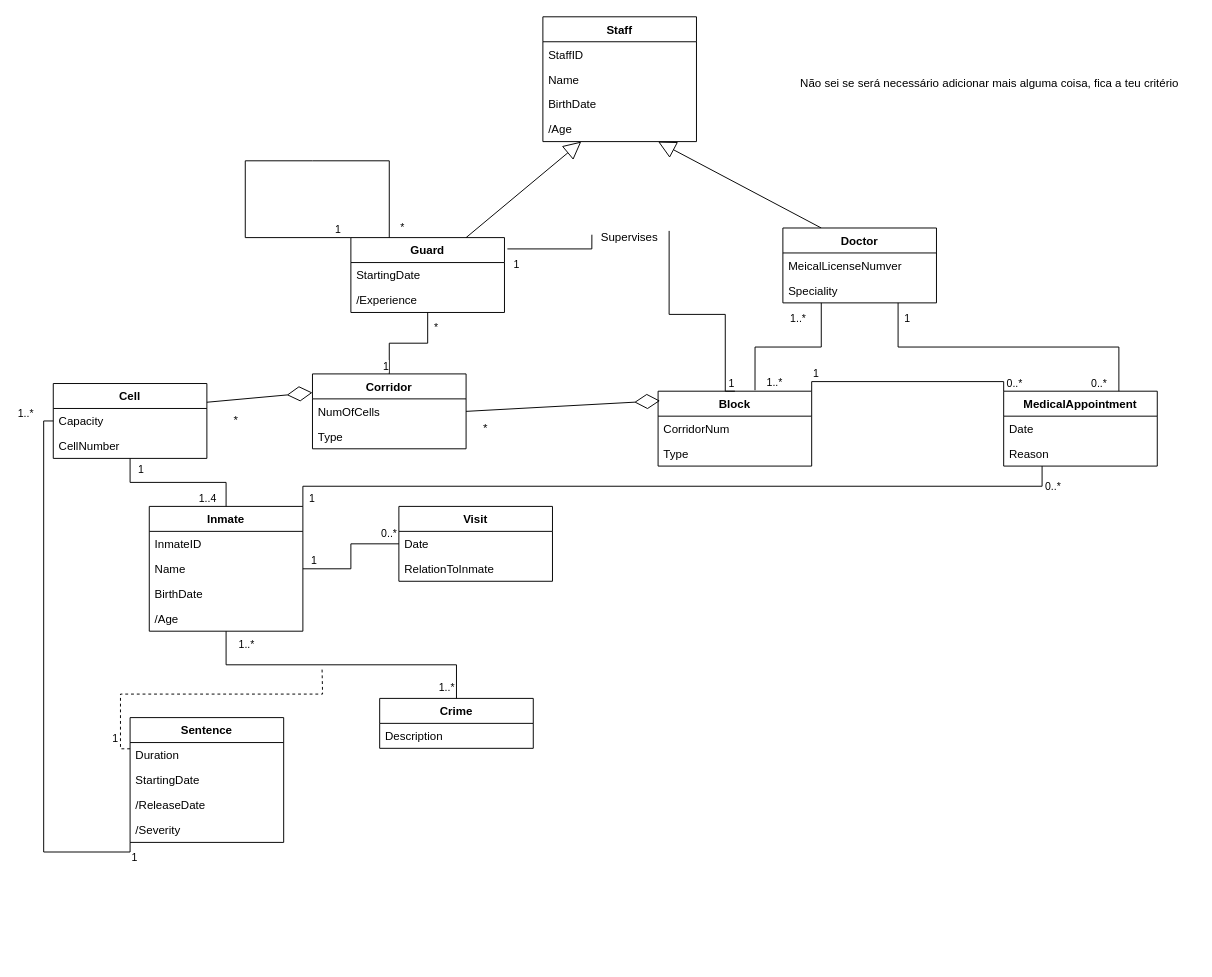
The draw.io diagram Untitled Diagram.drawio in up201706117/BD_PrisonProject, before the edit. Source tidied: cells renumbered, new cells numbered last; positions are measured from the earlier drawing's top-left corner, leaving out a move shared by most shapes. Both pictures are drawn from the tidied source at 96%, with x=0, y=0 at pixel (53, 16).
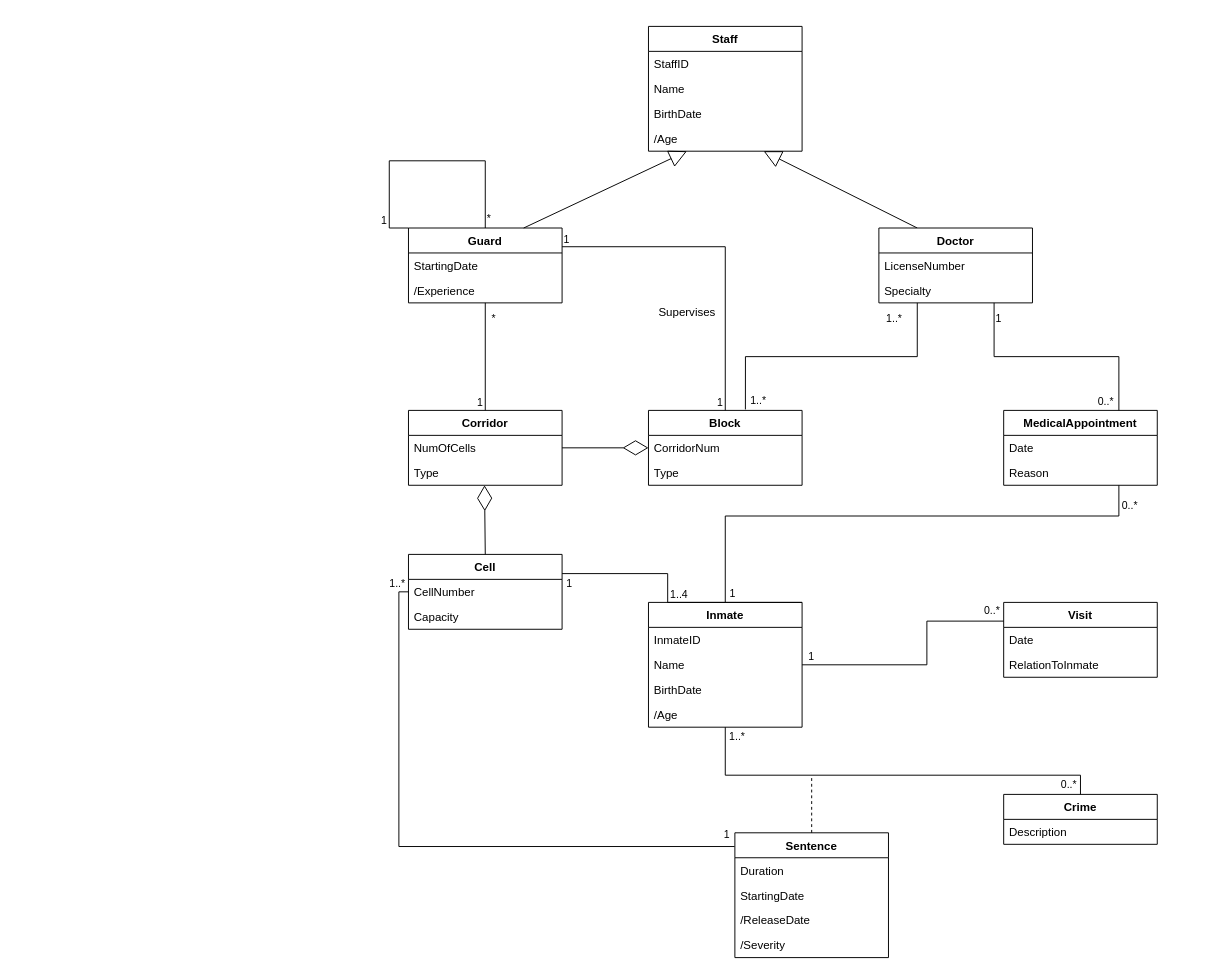
After the change.

Unchanged cells that the change refers to:
```xml
<mxCell id="7" value="Type" style="text;strokeColor=none;fillColor=none;align=left;verticalAlign=top;spacingLeft=4;spacingRight=4;overflow=hidden;points=[[0,0.5],[1,0.5]];portConstraint=eastwest;" parent="5" vertex="1">
  <mxGeometry y="52" width="160" height="26" as="geometry" />
</mxCell>
<mxCell id="38" style="endArrow=none;html=1;edgeStyle=orthogonalEdgeStyle;rounded=0;strokeColor=#000000;exitX=0.5;exitY=1;exitDx=0;exitDy=0;entryX=0.5;entryY=0;entryDx=0;entryDy=0;" parent="1" edge="1" source="8" target="5">
  <mxGeometry relative="1" as="geometry" />
</mxCell>
<mxCell id="55" style="endArrow=none;html=1;edgeStyle=orthogonalEdgeStyle;rounded=0;strokeColor=#000000;entryX=0.75;entryY=0;entryDx=0;entryDy=0;exitX=0.75;exitY=1;exitDx=0;exitDy=0;" parent="1" edge="1" source="80" target="41">
  <mxGeometry relative="1" as="geometry" />
</mxCell>
<mxCell id="67" style="endArrow=none;html=1;edgeStyle=orthogonalEdgeStyle;rounded=0;exitX=0.25;exitY=1;exitDx=0;exitDy=0;entryX=0.631;entryY=-0.013;entryDx=0;entryDy=0;entryPerimeter=0;" parent="1" edge="1" source="80" target="2">
  <mxGeometry relative="1" as="geometry" />
</mxCell>
```

Change to the diagram source:
```diff
@@
     <mxCell id="2" value="Block" style="swimlane;fontStyle=1;align=center;verticalAlign=top;horizontal=1;startSize=26;" parent="1" vertex="1">
-      <mxGeometry x="630" y="390" width="160" height="78" as="geometry" />
+      <mxGeometry x="620" y="410" width="160" height="78" as="geometry" />
     </mxCell>
@@
     <mxCell id="5" value="Corridor" style="swimlane;fontStyle=1;align=center;verticalAlign=top;horizontal=1;startSize=26;" parent="1" vertex="1">
-      <mxGeometry x="270" y="372" width="160" height="78" as="geometry" />
+      <mxGeometry x="370" y="410" width="160" height="78" as="geometry" />
     </mxCell>
@@
     <mxCell id="8" value="Guard" style="swimlane;fontStyle=1;align=center;verticalAlign=top;horizontal=1;startSize=26;" parent="1" vertex="1">
-      <mxGeometry x="310" y="230" width="160" height="78" as="geometry" />
+      <mxGeometry x="370" y="220" width="160" height="78" as="geometry" />
     </mxCell>
@@
     <mxCell id="11" value="Visit&#10;" style="swimlane;fontStyle=1;align=center;verticalAlign=top;horizontal=1;startSize=26;" parent="1" vertex="1">
-      <mxGeometry x="360" y="510" width="160" height="78" as="geometry" />
+      <mxGeometry x="990" y="610" width="160" height="78" as="geometry" />
     </mxCell>
@@
     <mxCell id="14" value="Inmate" style="swimlane;fontStyle=1;align=center;verticalAlign=top;horizontal=1;startSize=26;" parent="1" vertex="1">
-      <mxGeometry x="100" y="510" width="160" height="130" as="geometry" />
+      <mxGeometry x="620" y="610" width="160" height="130" as="geometry" />
     </mxCell>
@@
     <mxCell id="19" value="Sentence" style="swimlane;fontStyle=1;align=center;verticalAlign=top;horizontal=1;startSize=26;" parent="1" vertex="1">
-      <mxGeometry x="80" y="730" width="160" height="130" as="geometry" />
+      <mxGeometry x="710" y="850" width="160" height="130" as="geometry" />
     </mxCell>
@@
     <mxCell id="24" value="Crime" style="swimlane;fontStyle=1;align=center;verticalAlign=top;horizontal=1;startSize=26;" parent="1" vertex="1">
-      <mxGeometry x="340" y="710" width="160" height="52" as="geometry" />
+      <mxGeometry x="990" y="810" width="160" height="52" as="geometry" />
     </mxCell>
@@
     <mxCell id="26" value="Cell" style="swimlane;fontStyle=1;align=center;verticalAlign=top;horizontal=1;startSize=26;" parent="1" vertex="1">
-      <mxGeometry y="382" width="160" height="78" as="geometry" />
+      <mxGeometry x="370" y="560" width="160" height="78" as="geometry" />
     </mxCell>
+    <mxCell id="28" value="CellNumber" style="text;strokeColor=none;fillColor=none;align=left;verticalAlign=top;spacingLeft=4;spacingRight=4;overflow=hidden;" parent="26" vertex="1">
+      <mxGeometry y="26" width="160" height="26" as="geometry" />
+    </mxCell>
     <mxCell id="27" value="Capacity" style="text;strokeColor=none;fillColor=none;align=left;verticalAlign=top;spacingLeft=4;spacingRight=4;overflow=hidden;" parent="26" vertex="1">
-      <mxGeometry y="26" width="160" height="26" as="geometry" />
+      <mxGeometry y="52" width="160" height="26" as="geometry" />
     </mxCell>
-    <mxCell id="28" value="CellNumber" style="text;strokeColor=none;fillColor=none;align=left;verticalAlign=top;spacingLeft=4;spacingRight=4;overflow=hidden;" parent="26" vertex="1">
-      <mxGeometry y="52" width="160" height="26" as="geometry" />
-    </mxCell>
@@
     <mxCell id="30" value="Staff" style="swimlane;fontStyle=1;align=center;verticalAlign=top;horizontal=1;startSize=26;" parent="1" vertex="1">
-      <mxGeometry x="510" width="160" height="130" as="geometry" />
+      <mxGeometry x="620" y="10" width="160" height="130" as="geometry" />
     </mxCell>
@@
-    <mxCell id="36" style="endArrow=none;html=1;edgeStyle=orthogonalEdgeStyle;rounded=0;strokeColor=#000000;exitX=1.019;exitY=0.151;exitDx=0;exitDy=0;entryX=0.5;entryY=0;entryDx=0;entryDy=0;exitPerimeter=0;startArrow=none;" parent="1" edge="1" source="64" target="2">
-      <mxGeometry relative="1" as="geometry">
-        <Array as="points">
-          <mxPoint x="642" y="310" />
-          <mxPoint x="700" y="310" />
-          <mxPoint x="700" y="390" />
-        </Array>
-      </mxGeometry>
-    </mxCell>
-    <mxCell id="37" value="1" style="edgeLabel;html=1;align=right;verticalAlign=bottom;strokeColor=#000000;" parent="36" vertex="1">
-      <mxGeometry x="1" relative="1" as="geometry" />
-    </mxCell>
@@
     <mxCell id="40" value="1" style="edgeLabel;html=1;align=right;verticalAlign=bottom;strokeColor=#000000;" parent="38" vertex="1">
-      <mxGeometry x="1" relative="1" as="geometry" />
+      <mxGeometry x="1" relative="1" as="geometry">
+        <mxPoint x="-2" as="offset" />
+      </mxGeometry>
     </mxCell>
     <mxCell id="41" value="MedicalAppointment" style="swimlane;fontStyle=1;align=center;verticalAlign=top;horizontal=1;startSize=26;" parent="1" vertex="1">
-      <mxGeometry x="990" y="390" width="160" height="78" as="geometry" />
+      <mxGeometry x="990" y="410" width="160" height="78" as="geometry" />
     </mxCell>
@@
-    <mxCell id="44" style="endArrow=none;html=1;edgeStyle=orthogonalEdgeStyle;rounded=0;strokeColor=#000000;exitX=0;exitY=0.5;exitDx=0;exitDy=0;entryX=1;entryY=0.5;entryDx=0;entryDy=0;" parent="1" edge="1" source="11" target="14">
-      <mxGeometry relative="1" as="geometry" />
+    <mxCell id="44" style="endArrow=none;html=1;edgeStyle=orthogonalEdgeStyle;rounded=0;strokeColor=#000000;entryX=1;entryY=0.5;entryDx=0;entryDy=0;exitX=0;exitY=0.25;exitDx=0;exitDy=0;" parent="1" edge="1" source="11" target="14">
+      <mxGeometry relative="1" as="geometry">
+        <Array as="points">
+          <mxPoint x="910" y="629" />
+          <mxPoint x="910" y="675" />
+        </Array>
+      </mxGeometry>
     </mxCell>
     <mxCell id="45" value="0..*" style="edgeLabel;html=1;align=left;verticalAlign=bottom;strokeColor=#000000;" parent="44" vertex="1">
       <mxGeometry x="-1" relative="1" as="geometry">
-        <mxPoint x="-20" y="-3" as="offset" />
+        <mxPoint x="-22" y="-3" as="offset" />
       </mxGeometry>
     </mxCell>
     <mxCell id="46" value="1" style="edgeLabel;html=1;align=right;verticalAlign=bottom;strokeColor=#000000;" parent="44" vertex="1">
       <mxGeometry x="1" relative="1" as="geometry">
-        <mxPoint x="15" as="offset" />
+        <mxPoint x="13" as="offset" />
       </mxGeometry>
     </mxCell>
     <mxCell id="47" style="endArrow=none;html=1;edgeStyle=orthogonalEdgeStyle;rounded=0;strokeColor=#000000;exitX=0.5;exitY=0;exitDx=0;exitDy=0;entryX=0.5;entryY=1;entryDx=0;entryDy=0;" parent="1" edge="1" source="24" target="14">
-      <mxGeometry relative="1" as="geometry" />
+      <mxGeometry relative="1" as="geometry">
+        <Array as="points">
+          <mxPoint x="1070" y="790" />
+          <mxPoint x="700" y="790" />
+        </Array>
+      </mxGeometry>
     </mxCell>
-    <mxCell id="48" value="1..*" style="edgeLabel;html=1;align=left;verticalAlign=bottom;strokeColor=#000000;" parent="47" vertex="1">
+    <mxCell id="48" value="0..*" style="edgeLabel;html=1;align=left;verticalAlign=bottom;strokeColor=#000000;" parent="47" vertex="1">
       <mxGeometry x="-1" relative="1" as="geometry">
-        <mxPoint x="-20" y="-3" as="offset" />
+        <mxPoint x="-22" y="-2" as="offset" />
       </mxGeometry>
     </mxCell>
     <mxCell id="49" value="1..*" style="edgeLabel;html=1;align=right;verticalAlign=bottom;strokeColor=#000000;" parent="47" vertex="1">
       <mxGeometry x="1" relative="1" as="geometry">
-        <mxPoint x="30" y="22" as="offset" />
+        <mxPoint x="21" y="18" as="offset" />
       </mxGeometry>
     </mxCell>
-    <mxCell id="50" style="endArrow=none;html=1;edgeStyle=orthogonalEdgeStyle;rounded=0;strokeColor=#000000;exitX=0;exitY=0.25;exitDx=0;exitDy=0;dashed=1;" parent="1" edge="1" source="19">
-      <mxGeometry relative="1" as="geometry">
-        <mxPoint x="280" y="680" as="targetPoint" />
-      </mxGeometry>
-    </mxCell>
-    <mxCell id="51" value="1" style="edgeLabel;html=1;align=left;verticalAlign=bottom;strokeColor=#000000;" parent="50" vertex="1">
-      <mxGeometry x="-1" relative="1" as="geometry">
-        <mxPoint x="-20" y="-3" as="offset" />
-      </mxGeometry>
-    </mxCell>
-    <mxCell id="52" style="endArrow=none;html=1;edgeStyle=orthogonalEdgeStyle;rounded=0;strokeColor=#000000;exitX=0.5;exitY=0;exitDx=0;exitDy=0;entryX=0.5;entryY=1;entryDx=0;entryDy=0;" parent="1" edge="1" source="14" target="26">
-      <mxGeometry relative="1" as="geometry" />
+    <mxCell id="52" style="endArrow=none;html=1;edgeStyle=orthogonalEdgeStyle;rounded=0;strokeColor=#000000;exitX=0.5;exitY=0;exitDx=0;exitDy=0;" parent="1" edge="1" source="14" target="26">
+      <mxGeometry relative="1" as="geometry">
+        <Array as="points">
+          <mxPoint x="640" y="580" />
+        </Array>
+      </mxGeometry>
     </mxCell>
     <mxCell id="53" value="1..4" style="edgeLabel;html=1;align=left;verticalAlign=bottom;strokeColor=#000000;" parent="52" vertex="1">
       <mxGeometry x="-1" relative="1" as="geometry">
-        <mxPoint x="-30" as="offset" />
+        <mxPoint x="-59" as="offset" />
       </mxGeometry>
     </mxCell>
     <mxCell id="54" value="1" style="edgeLabel;html=1;align=right;verticalAlign=bottom;strokeColor=#000000;" parent="52" vertex="1">
       <mxGeometry x="1" relative="1" as="geometry">
-        <mxPoint x="15" y="20" as="offset" />
+        <mxPoint x="11" y="18" as="offset" />
       </mxGeometry>
     </mxCell>
@@
     <mxCell id="56" value="1" style="edgeLabel;html=1;align=left;verticalAlign=bottom;strokeColor=#000000;" parent="55" vertex="1">
       <mxGeometry x="-1" relative="1" as="geometry">
-        <mxPoint x="5" y="24" as="offset" />
+        <mxPoint y="24" as="offset" />
       </mxGeometry>
     </mxCell>
     <mxCell id="57" value="0..*" style="edgeLabel;html=1;align=right;verticalAlign=bottom;strokeColor=#000000;" parent="55" vertex="1">
       <mxGeometry x="1" relative="1" as="geometry">
-        <mxPoint x="-12" as="offset" />
+        <mxPoint x="-5" y="-1" as="offset" />
       </mxGeometry>
     </mxCell>
-    <mxCell id="58" style="endArrow=none;html=1;edgeStyle=orthogonalEdgeStyle;rounded=0;strokeColor=#000000;exitX=1;exitY=0;exitDx=0;exitDy=0;entryX=0.25;entryY=1;entryDx=0;entryDy=0;" parent="1" edge="1" source="14" target="41">
-      <mxGeometry relative="1" as="geometry" />
+    <mxCell id="58" style="endArrow=none;html=1;edgeStyle=orthogonalEdgeStyle;rounded=0;strokeColor=#000000;exitX=1;exitY=0;exitDx=0;exitDy=0;entryX=0.75;entryY=1;entryDx=0;entryDy=0;" parent="1" edge="1" source="14" target="41">
+      <mxGeometry relative="1" as="geometry">
+        <Array as="points">
+          <mxPoint x="700" y="610" />
+          <mxPoint x="700" y="520" />
+          <mxPoint x="1110" y="520" />
+        </Array>
+      </mxGeometry>
     </mxCell>
     <mxCell id="59" value="1" style="edgeLabel;html=1;align=left;verticalAlign=bottom;strokeColor=#000000;" parent="58" vertex="1">
       <mxGeometry x="-1" relative="1" as="geometry">
-        <mxPoint x="5" as="offset" />
+        <mxPoint x="-77" y="-1" as="offset" />
       </mxGeometry>
     </mxCell>
@@
-    <mxCell id="61" style="endArrow=none;html=1;edgeStyle=orthogonalEdgeStyle;rounded=0;entryX=0;entryY=0.5;entryDx=0;entryDy=0;exitX=0;exitY=1;exitDx=0;exitDy=0;" parent="1" edge="1" source="19" target="26">
+    <mxCell id="61" style="endArrow=none;html=1;edgeStyle=orthogonalEdgeStyle;rounded=0;entryX=0;entryY=0.5;entryDx=0;entryDy=0;exitX=-0.002;exitY=0.11;exitDx=0;exitDy=0;exitPerimeter=0;" parent="1" edge="1" source="19" target="26">
       <mxGeometry relative="1" as="geometry" />
     </mxCell>
     <mxCell id="62" value="1" style="edgeLabel;html=1;align=left;verticalAlign=bottom;" parent="61" vertex="1">
       <mxGeometry x="-1" relative="1" as="geometry">
-        <mxPoint y="24" as="offset" />
+        <mxPoint x="-13" y="-4" as="offset" />
       </mxGeometry>
     </mxCell>
     <mxCell id="63" value="1..*" style="edgeLabel;html=1;align=right;verticalAlign=bottom;" parent="61" vertex="1">
       <mxGeometry x="1" relative="1" as="geometry">
-        <mxPoint x="-20" as="offset" />
+        <mxPoint x="-3" y="-1" as="offset" />
       </mxGeometry>
     </mxCell>
-    <mxCell id="64" value="Supervises" style="text;html=1;align=center;verticalAlign=middle;points=[];strokeColor=none;fillColor=none;" parent="1" vertex="1">
-      <mxGeometry x="560" y="220" width="80" height="20" as="geometry" />
-    </mxCell>
-    <mxCell id="65" style="endArrow=none;html=1;edgeStyle=orthogonalEdgeStyle;rounded=0;strokeColor=#000000;exitX=1.019;exitY=0.151;exitDx=0;exitDy=0;exitPerimeter=0;entryX=0.013;entryY=0.35;entryDx=0;entryDy=0;entryPerimeter=0;" parent="1" edge="1" source="8" target="64">
-      <mxGeometry relative="1" as="geometry">
-        <Array as="points">
-          <mxPoint x="561" y="242" />
-        </Array>
-      </mxGeometry>
-    </mxCell>
-    <mxCell id="66" value="1" style="edgeLabel;html=1;align=left;verticalAlign=bottom;strokeColor=#000000;" parent="65" vertex="1">
-      <mxGeometry x="-1" relative="1" as="geometry">
-        <mxPoint x="5" y="24" as="offset" />
-      </mxGeometry>
-    </mxCell>
@@
     <mxCell id="69" value="1..*" style="edgeLabel;html=1;align=right;verticalAlign=bottom;" parent="67" vertex="1">
       <mxGeometry x="1" relative="1" as="geometry">
-        <mxPoint x="29" as="offset" />
+        <mxPoint x="22" y="-1" as="offset" />
       </mxGeometry>
     </mxCell>
-    <mxCell id="70" style="endArrow=none;html=1;edgeStyle=orthogonalEdgeStyle;rounded=0;exitX=1;exitY=0;exitDx=0;exitDy=0;entryX=0;entryY=0;entryDx=0;entryDy=0;" parent="1" edge="1" source="2" target="41">
-      <mxGeometry relative="1" as="geometry" />
-    </mxCell>
-    <mxCell id="71" value="1" style="edgeLabel;html=1;align=left;verticalAlign=bottom;" parent="70" vertex="1">
-      <mxGeometry x="-1" relative="1" as="geometry">
-        <mxPoint y="-10" as="offset" />
-      </mxGeometry>
-    </mxCell>
-    <mxCell id="72" value="0..*" style="edgeLabel;html=1;align=right;verticalAlign=bottom;" parent="70" vertex="1">
-      <mxGeometry x="1" relative="1" as="geometry">
-        <mxPoint x="20" as="offset" />
-      </mxGeometry>
-    </mxCell>
-    <mxCell id="73" style="endArrow=none;html=1;edgeStyle=orthogonalEdgeStyle;rounded=0;entryX=0;entryY=0;entryDx=0;entryDy=0;exitX=0.25;exitY=0;exitDx=0;exitDy=0;" parent="1" edge="1" source="8" target="8">
+    <mxCell id="73" style="endArrow=none;html=1;edgeStyle=orthogonalEdgeStyle;rounded=0;entryX=0;entryY=0;entryDx=0;entryDy=0;exitX=0.5;exitY=0;exitDx=0;exitDy=0;" parent="1" edge="1" source="8" target="8">
       <mxGeometry relative="1" as="geometry">
         <Array as="points">
-          <mxPoint x="270" y="150" />
-          <mxPoint x="200" y="150" />
-          <mxPoint x="200" y="262" />
+          <mxPoint x="450" y="150" />
+          <mxPoint x="350" y="150" />
+          <mxPoint x="350" y="220" />
         </Array>
       </mxGeometry>
     </mxCell>
     <mxCell id="74" value="*" style="edgeLabel;html=1;align=left;verticalAlign=bottom;" parent="73" vertex="1">
       <mxGeometry x="-1" relative="1" as="geometry">
-        <mxPoint x="10" y="-2" as="offset" />
+        <mxPoint y="-2" as="offset" />
       </mxGeometry>
     </mxCell>
     <mxCell id="75" value="1" style="edgeLabel;html=1;align=right;verticalAlign=bottom;" parent="73" vertex="1">
       <mxGeometry x="1" relative="1" as="geometry">
-        <mxPoint x="-10" as="offset" />
+        <mxPoint x="-22" as="offset" />
       </mxGeometry>
     </mxCell>
-    <mxCell id="76" style="endArrow=diamondThin;endFill=0;endSize=24;html=1;rounded=0;entryX=0.013;entryY=0.128;entryDx=0;entryDy=0;entryPerimeter=0;exitX=1;exitY=0.5;exitDx=0;exitDy=0;" parent="1" edge="1" source="5" target="2">
+    <mxCell id="76" style="endArrow=diamondThin;endFill=0;endSize=24;html=1;rounded=0;exitX=1;exitY=0.5;exitDx=0;exitDy=0;" parent="1" edge="1" source="5" target="2">
       <mxGeometry relative="1" as="geometry" />
     </mxCell>
-    <mxCell id="77" style="endArrow=diamondThin;endFill=0;endSize=24;html=1;rounded=0;entryX=0;entryY=0.25;entryDx=0;entryDy=0;exitX=1;exitY=0.25;exitDx=0;exitDy=0;" parent="1" edge="1" source="26" target="5">
+    <mxCell id="77" style="endArrow=diamondThin;endFill=0;endSize=24;html=1;rounded=0;exitX=0.5;exitY=0;exitDx=0;exitDy=0;entryX=0.495;entryY=1;entryDx=0;entryDy=0;entryPerimeter=0;" parent="1" edge="1" source="26" target="7">
       <mxGeometry relative="1" as="geometry" />
     </mxCell>
-    <mxCell id="78" value="*" style="text;html=1;align=center;verticalAlign=middle;strokeColor=none;fillColor=none;" parent="1" vertex="1">
-      <mxGeometry x="440" y="419" width="20" height="20" as="geometry" />
-    </mxCell>
-    <mxCell id="79" value="*" style="text;html=1;align=center;verticalAlign=middle;strokeColor=none;fillColor=none;" parent="1" vertex="1">
-      <mxGeometry x="180" y="411" width="20" height="20" as="geometry" />
-    </mxCell>
     <mxCell id="80" value="Doctor" style="swimlane;fontStyle=1;align=center;verticalAlign=top;horizontal=1;startSize=26;" parent="1" vertex="1">
-      <mxGeometry x="760" y="220" width="160" height="78" as="geometry" />
+      <mxGeometry x="860" y="220" width="160" height="78" as="geometry" />
     </mxCell>
-    <mxCell id="81" value="MeicalLicenseNumver" style="text;strokeColor=none;fillColor=none;align=left;verticalAlign=top;spacingLeft=4;spacingRight=4;overflow=hidden;fontStyle=0;" parent="80" vertex="1">
+    <mxCell id="81" value="LicenseNumber" style="text;strokeColor=none;fillColor=none;align=left;verticalAlign=top;spacingLeft=4;spacingRight=4;overflow=hidden;fontStyle=0;" parent="80" vertex="1">
       <mxGeometry y="26" width="160" height="26" as="geometry" />
     </mxCell>
-    <mxCell id="82" value="Speciality" style="text;strokeColor=none;fillColor=none;align=left;verticalAlign=top;spacingLeft=4;spacingRight=4;overflow=hidden;fontStyle=0;" parent="80" vertex="1">
+    <mxCell id="82" value="Specialty" style="text;strokeColor=none;fillColor=none;align=left;verticalAlign=top;spacingLeft=4;spacingRight=4;overflow=hidden;fontStyle=0;" parent="80" vertex="1">
       <mxGeometry y="52" width="160" height="26" as="geometry" />
     </mxCell>
-    <mxCell id="83" value="Não sei se será necessário adicionar mais alguma coisa, fica a teu critério" style="text;html=1;align=center;verticalAlign=middle;strokeColor=none;fillColor=none;" parent="1" vertex="1">
-      <mxGeometry x="760" y="60" width="430" height="20" as="geometry" />
-    </mxCell>
+    <mxCell id="84" style="endArrow=none;dashed=1;html=1;rounded=0;exitX=0.5;exitY=0;exitDx=0;exitDy=0;" parent="1" edge="1" source="19">
+      <mxGeometry relative="1" as="geometry">
+        <mxPoint x="790" y="790" as="targetPoint" />
+      </mxGeometry>
+    </mxCell>
+    <mxCell id="64" value="Supervises" style="text;html=1;align=center;verticalAlign=middle;points=[];strokeColor=none;fillColor=none;" parent="1" vertex="1">
+      <mxGeometry x="620" y="298" width="80" height="20" as="geometry" />
+    </mxCell>
+    <mxCell id="85" style="endArrow=none;html=1;edgeStyle=orthogonalEdgeStyle;rounded=0;exitX=1;exitY=0.25;exitDx=0;exitDy=0;entryX=0.5;entryY=0;entryDx=0;entryDy=0;" parent="1" edge="1" source="8" target="2">
+      <mxGeometry relative="1" as="geometry" />
+    </mxCell>
+    <mxCell id="71" value="1" style="edgeLabel;html=1;align=left;verticalAlign=bottom;" parent="85" vertex="1">
+      <mxGeometry x="-1" relative="1" as="geometry" />
+    </mxCell>
+    <mxCell id="86" value="1" style="edgeLabel;html=1;align=right;verticalAlign=bottom;" parent="85" vertex="1">
+      <mxGeometry x="1" relative="1" as="geometry">
+        <mxPoint x="-2" y="-1" as="offset" />
+      </mxGeometry>
+    </mxCell>
```
